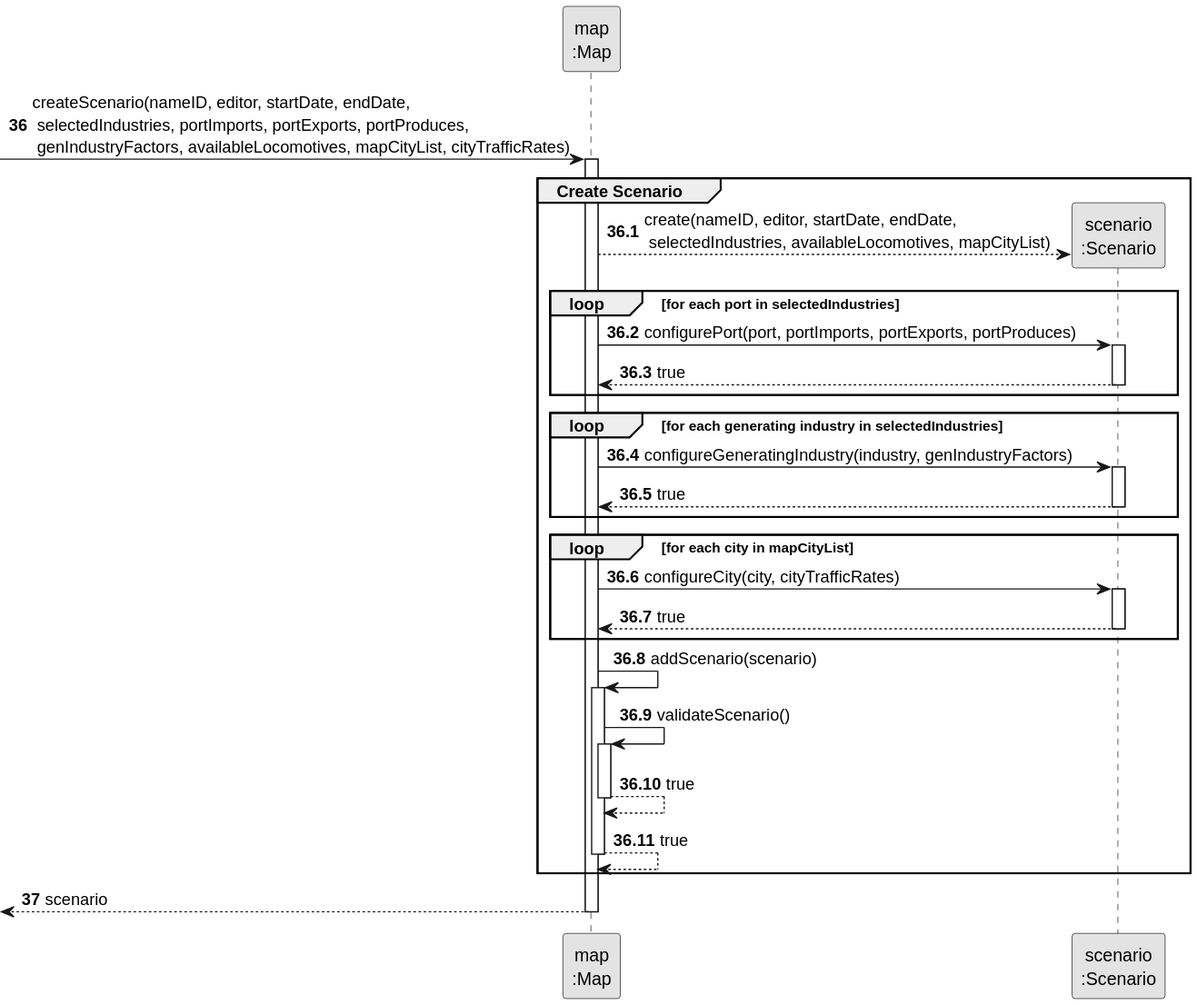
Earlier version of the PlantUML export docs/system-documentation/Sprint 2/US04/03.design/svg/US04-SD-partial-create-scenario.svg (HenriqueSilva18/Railway-Network-Simulator).
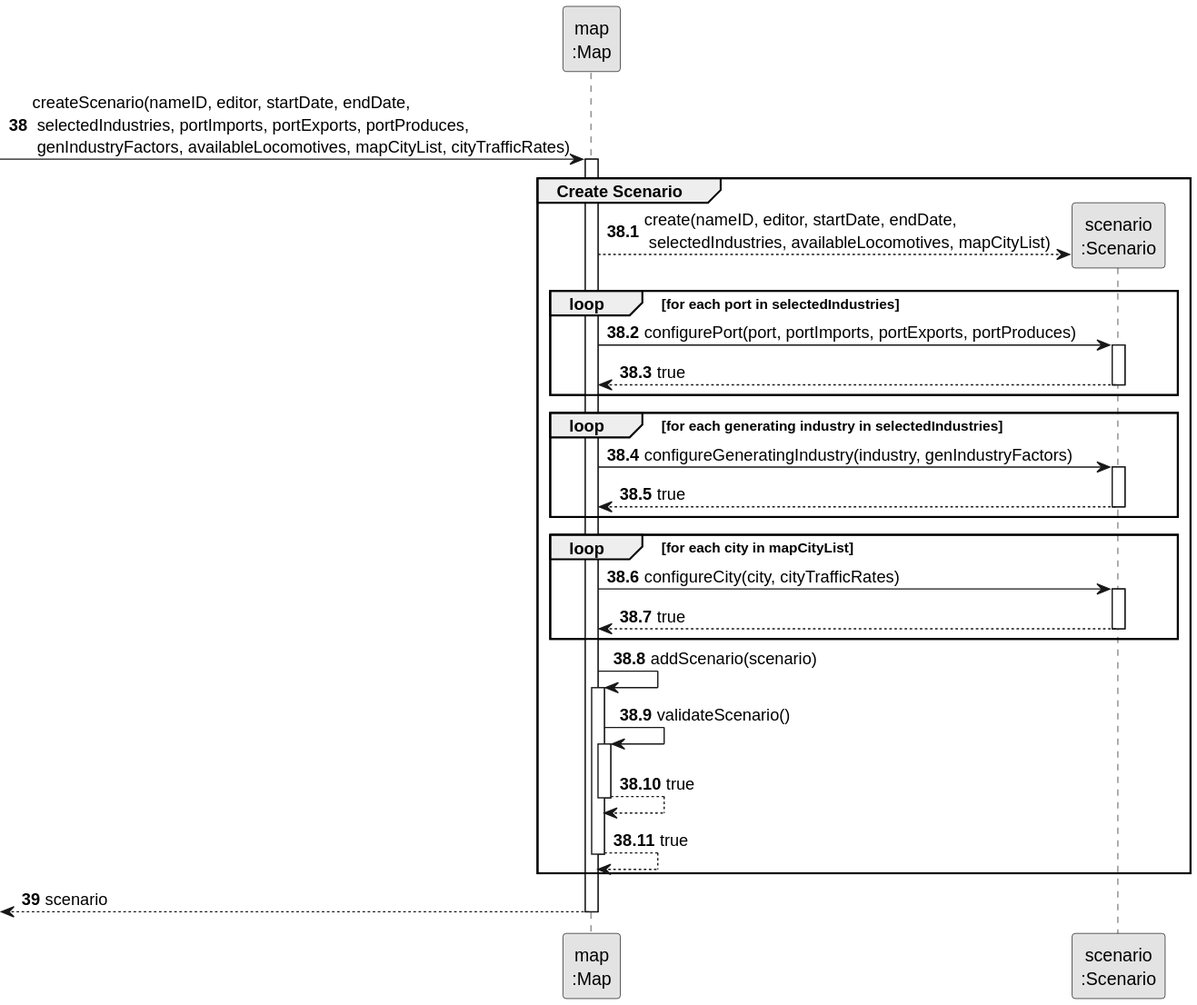
Above is the later version.

The edit, as a diff of the source:
```diff
@@ -6,10 +6,10 @@
 participant "map\n:Map" as MAP
 participant "scenario\n:Scenario" as SCENARIO
 
-autonumber 36
+autonumber 38
 -> MAP : createScenario(nameID, editor, startDate, endDate,\n selectedIndustries, portImports, portExports, portProduces,\n genIndustryFactors, availableLocomotives, mapCityList, cityTrafficRates)
 
-autonumber 36.1
+autonumber 38.1
 activate MAP
     group Create Scenario
         MAP --> SCENARIO** : create(nameID, editor, startDate, endDate,\n selectedIndustries, availableLocomotives, mapCityList)
@@ -45,7 +45,7 @@
         deactivate MAP
     end
 
-    autonumber 37
+    autonumber 39
     <-- MAP : scenario
 deactivate MAP
 @enduml
```
